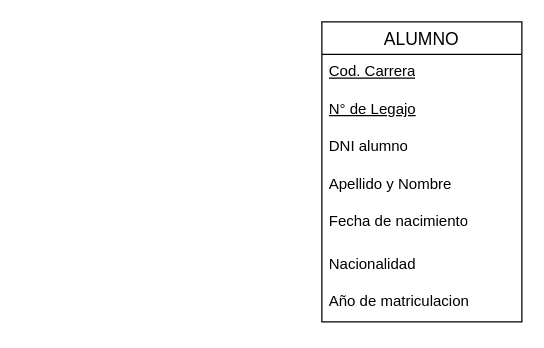
The draw.io diagram page "2FN" (2 of 3) of Grupo11_Parcial1.drawio in Ailenmarina/Grupo11, before the edit. Source tidied: cells renumbered, new cells numbered last; positions are measured from the earlier drawing's top-left corner, leaving out a move shared by most shapes. Both pictures are drawn from the tidied source at 125%, with x=0, y=0 at pixel (321, 21).
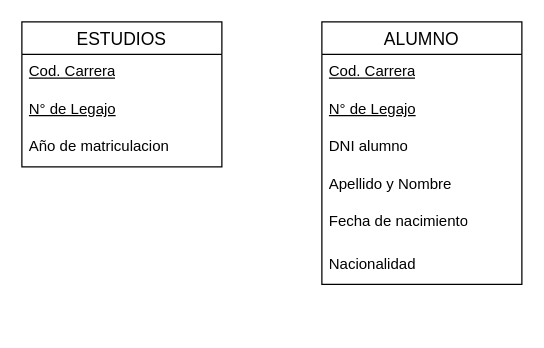
Above is the later version.

Diff of the diagram source:
```diff
@@
 <mxGraphModel>
   <root>
     <mxCell id="0" />
     <mxCell id="1" parent="0" />
     <mxCell id="2" value="ALUMNO" style="swimlane;fontStyle=0;horizontal=1;startSize=26;align=center;fontSize=14;" parent="1" vertex="1">
-      <mxGeometry width="160" height="240" as="geometry" />
+      <mxGeometry width="160" height="210" as="geometry" />
     </mxCell>
     <mxCell id="3" value="Cod. Carrera" style="text;strokeColor=none;fillColor=none;spacingLeft=4;spacingRight=4;overflow=hidden;fontSize=12;whiteSpace=wrap;html=1;fontStyle=4;" parent="2" vertex="1">
       <mxGeometry y="26" width="160" height="30" as="geometry" />
     </mxCell>
     <mxCell id="4" value="&lt;u&gt;N° de Legajo&lt;/u&gt;" style="text;strokeColor=none;fillColor=none;spacingLeft=4;spacingRight=4;overflow=hidden;fontSize=12;whiteSpace=wrap;html=1;" parent="2" vertex="1">
       <mxGeometry y="56" width="160" height="30" as="geometry" />
     </mxCell>
     <mxCell id="5" value="DNI alumno" style="text;strokeColor=none;fillColor=none;spacingLeft=4;spacingRight=4;overflow=hidden;fontSize=12;whiteSpace=wrap;html=1;" parent="2" vertex="1">
       <mxGeometry y="86" width="160" height="30" as="geometry" />
     </mxCell>
     <mxCell id="6" value="Apellido y Nombre" style="text;strokeColor=none;fillColor=none;spacingLeft=4;spacingRight=4;overflow=hidden;fontSize=12;whiteSpace=wrap;html=1;" parent="2" vertex="1">
       <mxGeometry y="116" width="160" height="30" as="geometry" />
     </mxCell>
     <mxCell id="7" value="Fecha de nacimiento" style="text;strokeColor=none;fillColor=none;spacingLeft=4;spacingRight=4;overflow=hidden;fontSize=12;whiteSpace=wrap;html=1;" parent="2" vertex="1">
       <mxGeometry y="146" width="160" height="34" as="geometry" />
     </mxCell>
     <mxCell id="8" value="Nacionalidad" style="text;strokeColor=none;fillColor=none;spacingLeft=4;spacingRight=4;overflow=hidden;fontSize=12;whiteSpace=wrap;html=1;" parent="2" vertex="1">
       <mxGeometry y="180" width="160" height="30" as="geometry" />
     </mxCell>
+    <mxCell id="10" value="ESTUDIOS" style="swimlane;fontStyle=0;horizontal=1;startSize=26;align=center;fontSize=14;" parent="1" vertex="1">
+      <mxGeometry x="-240" width="160" height="116" as="geometry" />
+    </mxCell>
+    <mxCell id="11" value="Cod. Carrera" style="text;strokeColor=none;fillColor=none;spacingLeft=4;spacingRight=4;overflow=hidden;fontSize=12;whiteSpace=wrap;html=1;fontStyle=4;" parent="10" vertex="1">
+      <mxGeometry y="26" width="160" height="30" as="geometry" />
+    </mxCell>
+    <mxCell id="12" value="&lt;u&gt;N° de Legajo&lt;/u&gt;" style="text;strokeColor=none;fillColor=none;spacingLeft=4;spacingRight=4;overflow=hidden;fontSize=12;whiteSpace=wrap;html=1;" parent="10" vertex="1">
+      <mxGeometry y="56" width="160" height="30" as="geometry" />
+    </mxCell>
-    <mxCell id="9" value="Año de matriculacion" style="text;strokeColor=none;fillColor=none;spacingLeft=4;spacingRight=4;overflow=hidden;fontSize=12;whiteSpace=wrap;html=1;" parent="2" vertex="1">
-      <mxGeometry y="210" width="160" height="30" as="geometry" />
+    <mxCell id="9" value="Año de matriculacion" style="text;strokeColor=none;fillColor=none;spacingLeft=4;spacingRight=4;overflow=hidden;fontSize=12;whiteSpace=wrap;html=1;" parent="10" vertex="1">
+      <mxGeometry y="86" width="160" height="30" as="geometry" />
     </mxCell>
   </root>
 </mxGraphModel>
```
